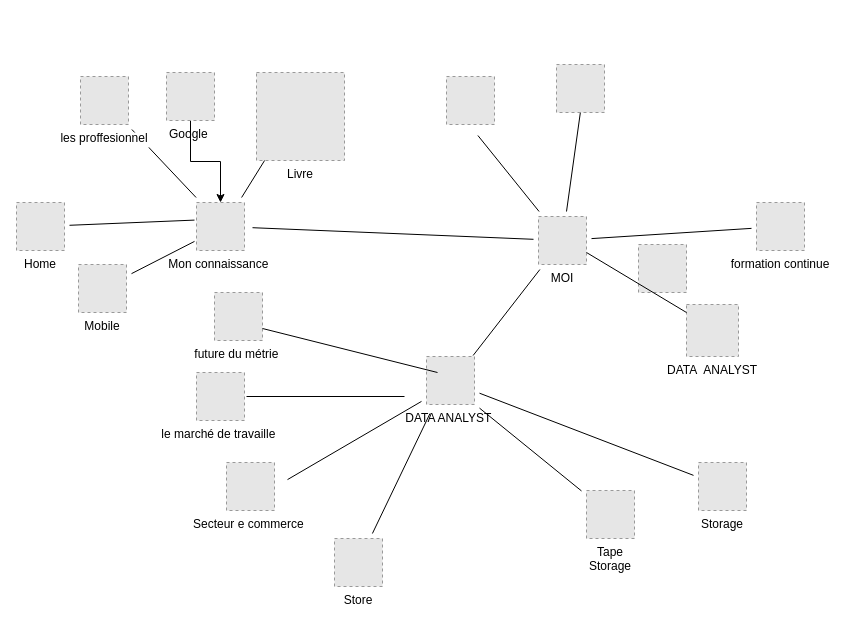
louzhixin/bootstrap keeps this draw.io diagram as .github/ISSUE_TEMPLATE/Untitled Diagram.drawio. Above is the earlier version. Source tidied: cells renumbered, new cells numbered last; positions are measured from the earlier drawing's top-left corner, leaving out a move shared by most shapes. Both pictures are drawn from the tidied source at 100%, with x=0, y=0 at pixel (16, 64). Pictures stored in the file or linked from it are replaced by grey dashed boxes.
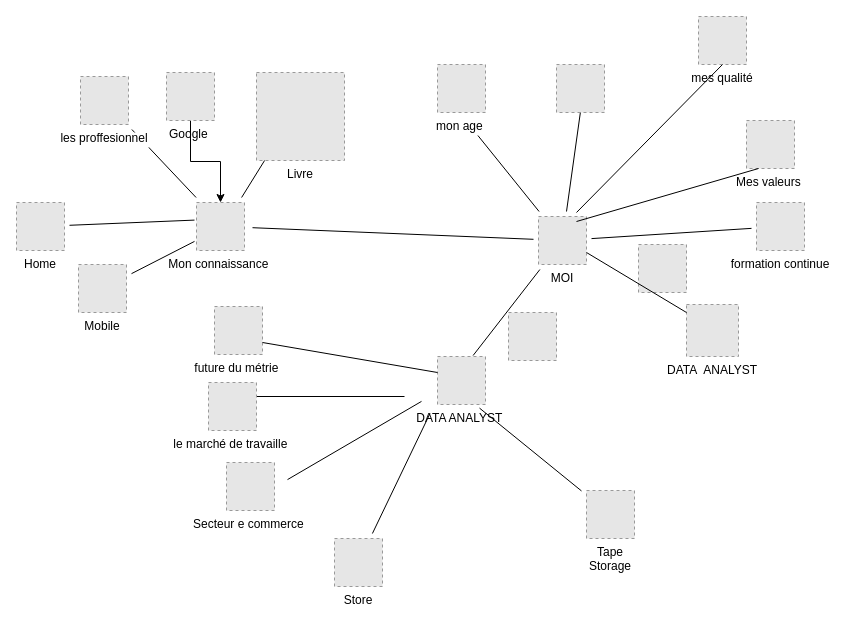
The same page after the edit.

Change to the diagram source:
```diff
@@
-    <mxCell id="16" style="edgeStyle=none;rounded=0;jettySize=auto;html=1;sourcePerimeterSpacing=5;endArrow=none;endFill=0;targetPerimeterSpacing=5;" parent="1" edge="1" target="22">
-      <mxGeometry relative="1" as="geometry">
-        <mxPoint x="463" y="328.7" as="sourcePoint" />
-      </mxGeometry>
-    </mxCell>
@@
-    <mxCell id="22" value="Storage" style="fillColor=#E6E6E6;strokeColor=#999999;dashed=1;verticalLabelPosition=bottom;verticalAlign=top;labelBackgroundColor=#ffffff;" parent="1" vertex="1">
-      <mxGeometry x="682" y="398" width="48" height="48" as="geometry" />
-    </mxCell>
@@
     <mxCell id="26" value="DATA ANALYST " style="fillColor=#E6E6E6;strokeColor=#999999;dashed=1;verticalLabelPosition=bottom;verticalAlign=top;" parent="1" vertex="1">
-      <mxGeometry x="410" y="292" width="48" height="48" as="geometry" />
+      <mxGeometry x="421" y="292" width="48" height="48" as="geometry" />
     </mxCell>
@@
     <mxCell id="32" value="le marché de travaille " style="fillColor=#E6E6E6;strokeColor=#999999;dashed=1;verticalLabelPosition=bottom;verticalAlign=top;" parent="1" vertex="1">
-      <mxGeometry x="180" y="308" width="48" height="48" as="geometry" />
+      <mxGeometry x="192" y="318" width="48" height="48" as="geometry" />
     </mxCell>
@@
-    <mxCell id="34" style="fillColor=#E6E6E6;strokeColor=#999999;dashed=1;verticalLabelPosition=bottom;verticalAlign=top;" parent="1" vertex="1">
-      <mxGeometry x="430" y="12" width="48" height="48" as="geometry" />
+    <mxCell id="34" value="mon age " style="fillColor=#E6E6E6;strokeColor=#999999;dashed=1;verticalLabelPosition=bottom;verticalAlign=top;" parent="1" vertex="1">
+      <mxGeometry x="421" width="48" height="48" as="geometry" />
     </mxCell>
@@
     <mxCell id="37" value="future du métrie " style="fillColor=#E6E6E6;strokeColor=#999999;dashed=1;verticalLabelPosition=bottom;verticalAlign=top;" parent="1" vertex="1">
-      <mxGeometry x="198" y="228" width="48" height="48" as="geometry" />
+      <mxGeometry x="198" y="242" width="48" height="48" as="geometry" />
     </mxCell>
@@
+    <mxCell id="39" value="Mes valeurs " style="fillColor=#E6E6E6;strokeColor=#999999;dashed=1;verticalLabelPosition=bottom;verticalAlign=top;" parent="1" vertex="1">
+      <mxGeometry x="730" y="56" width="48" height="48" as="geometry" />
+    </mxCell>
+    <mxCell id="40" style="edgeStyle=none;rounded=0;jettySize=auto;html=1;sourcePerimeterSpacing=5;endArrow=none;endFill=0;targetPerimeterSpacing=5;entryX=0.25;entryY=1;entryDx=0;entryDy=0;" parent="1" edge="1" target="39">
+      <mxGeometry relative="1" as="geometry">
+        <mxPoint x="560" y="157" as="sourcePoint" />
+      </mxGeometry>
+    </mxCell>
+    <mxCell id="41" style="fillColor=#E6E6E6;strokeColor=#999999;dashed=1;verticalLabelPosition=bottom;verticalAlign=top;" parent="1" vertex="1">
+      <mxGeometry x="492" y="248" width="48" height="48" as="geometry" />
+    </mxCell>
+    <mxCell id="42" value="mes qualité" style="fillColor=#E6E6E6;strokeColor=#999999;dashed=1;verticalLabelPosition=bottom;verticalAlign=top;" parent="1" vertex="1">
+      <mxGeometry x="682" y="-48" width="48" height="48" as="geometry" />
+    </mxCell>
+    <mxCell id="43" style="edgeStyle=none;rounded=0;jettySize=auto;html=1;sourcePerimeterSpacing=5;endArrow=none;endFill=0;targetPerimeterSpacing=5;entryX=0.5;entryY=1;entryDx=0;entryDy=0;" parent="1" edge="1" target="42">
+      <mxGeometry relative="1" as="geometry">
+        <mxPoint x="560" y="148" as="sourcePoint" />
+      </mxGeometry>
+    </mxCell>
```
